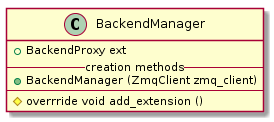
The PlantUML diagram report/figures/design/class/log/backend-manager.png in geoffjay/comp8506-docs, before a commit. Source of this version:
```plantuml
@startuml
class BackendManager {
    +BackendProxy ext
    --creation methods--
    +BackendManager (ZmqClient zmq_client)
    ----
    #overrride void add_extension ()
}
@enduml
```
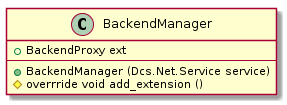
The same diagram one commit later.

What changed in the source:
```diff
@@ -1,9 +1,8 @@
 @startuml
 class BackendManager {
     +BackendProxy ext
-    --creation methods--
-    +BackendManager (ZmqClient zmq_client)
     ----
+    +BackendManager (Dcs.Net.Service service)
     #overrride void add_extension ()
 }
 @enduml
```
